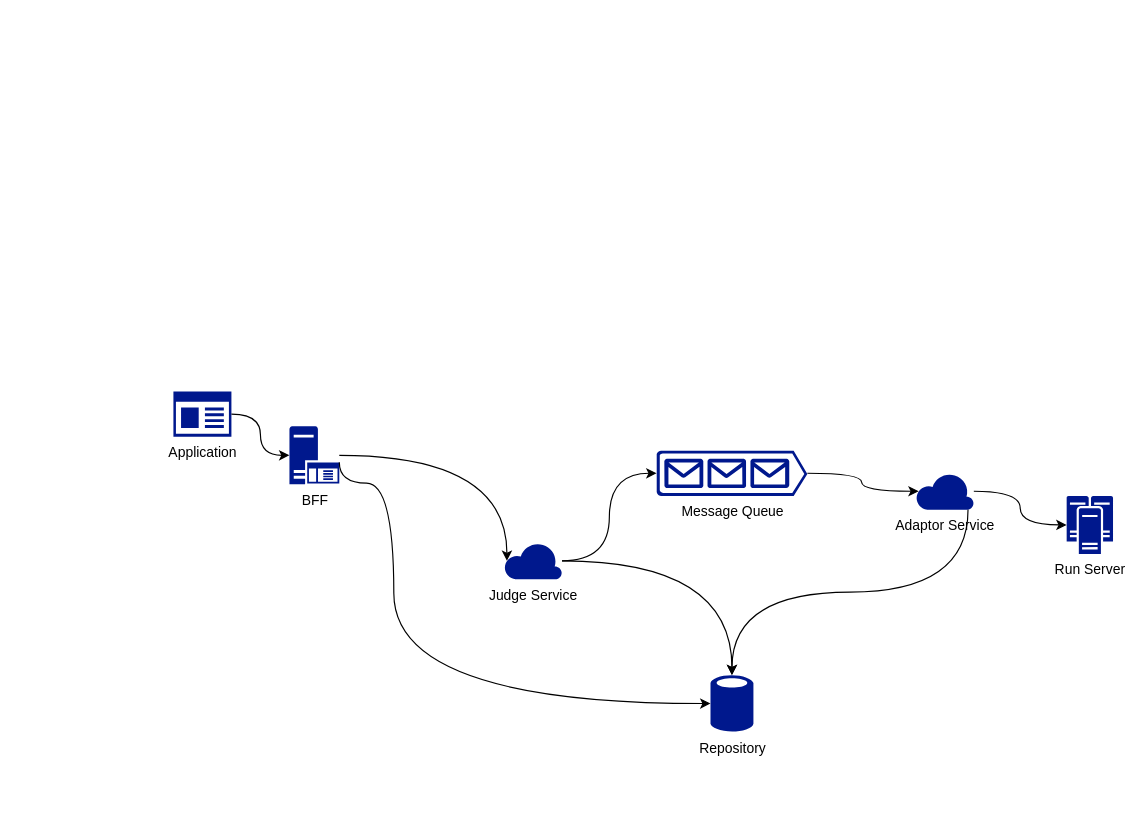
Earlier version of the draw.io diagram map/oj-architecture.drawio (msqtt/Sources). Source tidied: cells renumbered, new cells numbered last; positions are measured from the earlier drawing's top-left corner, leaving out a move shared by most shapes. Both pictures are drawn from the tidied source at 116%, with x=0, y=0 at pixel (173, 391).
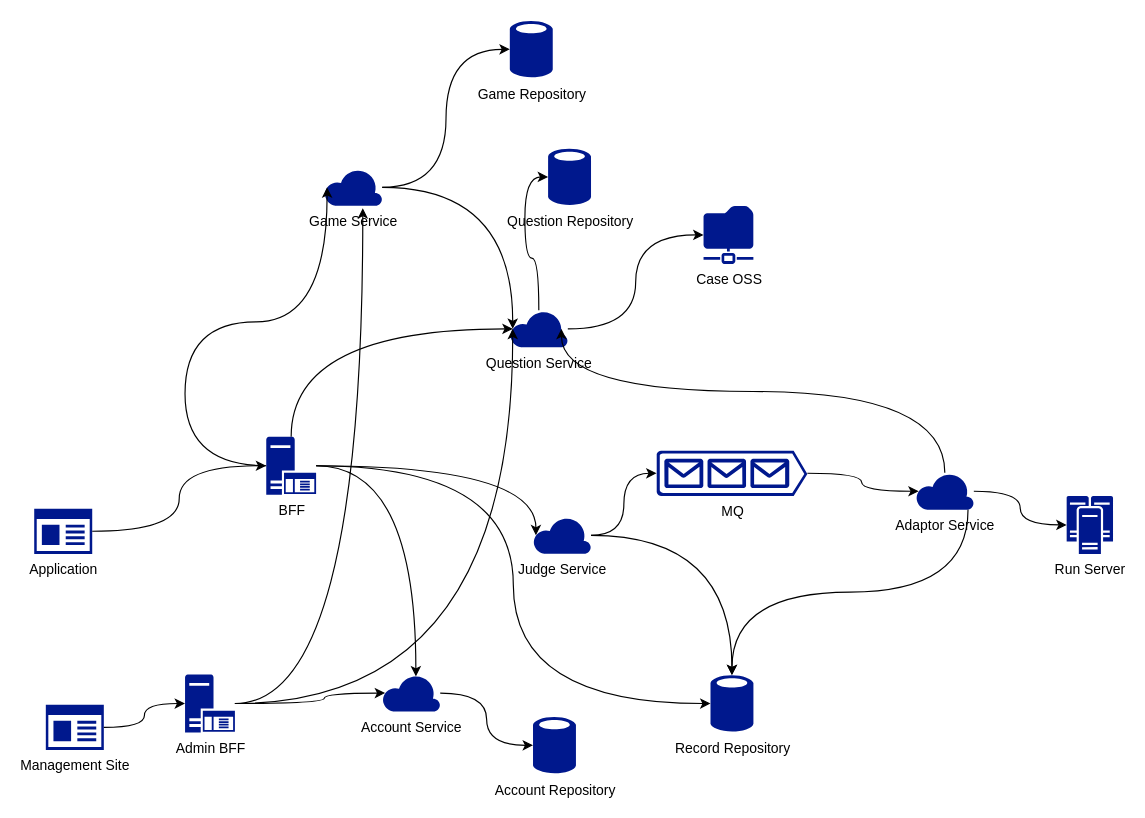
Above is the later version.

The change refers to these unchanged cells:
```xml
<mxCell id="5" value="Adaptor Service" style="sketch=0;shadow=0;dashed=0;html=1;strokeColor=none;labelPosition=center;verticalLabelPosition=bottom;verticalAlign=top;align=center;fillColor=#00188D;shape=mxgraph.azure.cloud;" parent="1" vertex="1">
  <mxGeometry x="640" y="70" width="50" height="32" as="geometry" />
</mxCell>
```

What changed in the source:
```diff
@@
     <mxCell id="2" value="Application" style="sketch=0;shadow=0;dashed=0;html=1;strokeColor=none;labelPosition=center;verticalLabelPosition=bottom;verticalAlign=top;align=center;fillColor=#00188D;shape=mxgraph.mscae.enterprise.app_generic;" parent="1" vertex="1">
-      <mxGeometry width="50" height="39" as="geometry" />
+      <mxGeometry x="-120" y="101" width="50" height="39" as="geometry" />
     </mxCell>
     <mxCell id="3" value="BFF" style="sketch=0;shadow=0;dashed=0;html=1;strokeColor=none;labelPosition=center;verticalLabelPosition=bottom;verticalAlign=top;align=center;fillColor=#00188D;shape=mxgraph.mscae.enterprise.application_server;" parent="1" vertex="1">
-      <mxGeometry x="100" y="30" width="43" height="50" as="geometry" />
+      <mxGeometry x="80" y="39" width="43" height="50" as="geometry" />
     </mxCell>
     <mxCell id="4" value="Judge Service" style="sketch=0;shadow=0;dashed=0;html=1;strokeColor=none;labelPosition=center;verticalLabelPosition=bottom;verticalAlign=top;align=center;fillColor=#00188D;shape=mxgraph.azure.cloud;" parent="1" vertex="1">
-      <mxGeometry x="285" y="130" width="50" height="32" as="geometry" />
+      <mxGeometry x="310" y="108" width="50" height="32" as="geometry" />
     </mxCell>
@@
-    <mxCell id="9" value="Message Queue" style="sketch=0;shadow=0;dashed=0;html=1;strokeColor=none;labelPosition=center;verticalLabelPosition=bottom;verticalAlign=top;align=center;fillColor=#00188D;shape=mxgraph.azure.queue_generic;" parent="1" vertex="1">
+    <mxCell id="9" value="MQ" style="sketch=0;shadow=0;dashed=0;html=1;strokeColor=none;labelPosition=center;verticalLabelPosition=bottom;verticalAlign=top;align=center;fillColor=#00188D;shape=mxgraph.azure.queue_generic;" parent="1" vertex="1">
       <mxGeometry x="416.5" y="51" width="130" height="39" as="geometry" />
     </mxCell>
-    <mxCell id="10" style="edgeStyle=orthogonalEdgeStyle;rounded=0;jettySize=auto;html=1;entryX=0.05;entryY=0.5;entryDx=0;entryDy=0;entryPerimeter=0;curved=1;" parent="1" edge="1" source="3" target="4">
-      <mxGeometry relative="1" as="geometry" />
-    </mxCell>
@@
-    <mxCell id="14" value="Repository" style="sketch=0;shadow=0;dashed=0;html=1;strokeColor=none;labelPosition=center;verticalLabelPosition=bottom;verticalAlign=top;align=center;fillColor=#00188D;shape=mxgraph.mscae.enterprise.database_generic;" parent="1" vertex="1">
+    <mxCell id="14" value="Record Repository" style="sketch=0;shadow=0;dashed=0;html=1;strokeColor=none;labelPosition=center;verticalLabelPosition=bottom;verticalAlign=top;align=center;fillColor=#00188D;shape=mxgraph.mscae.enterprise.database_generic;" parent="1" vertex="1">
       <mxGeometry x="463" y="244" width="37" height="50" as="geometry" />
     </mxCell>
@@
+    <mxCell id="17" value="Case OSS" style="sketch=0;shadow=0;dashed=0;html=1;strokeColor=none;labelPosition=center;verticalLabelPosition=bottom;verticalAlign=top;align=center;fillColor=#00188D;shape=mxgraph.mscae.enterprise.shared_folder;" parent="1" vertex="1">
+      <mxGeometry x="457" y="-160" width="43" height="50" as="geometry" />
+    </mxCell>
+    <mxCell id="18" value="Question Service" style="sketch=0;shadow=0;dashed=0;html=1;strokeColor=none;labelPosition=center;verticalLabelPosition=bottom;verticalAlign=top;align=center;fillColor=#00188D;shape=mxgraph.azure.cloud;" parent="1" vertex="1">
+      <mxGeometry x="290" y="-70" width="50" height="32" as="geometry" />
+    </mxCell>
+    <mxCell id="19" style="edgeStyle=orthogonalEdgeStyle;rounded=0;jettySize=auto;html=1;entryX=0;entryY=0.5;entryDx=0;entryDy=0;entryPerimeter=0;curved=1;" parent="1" edge="1" source="18" target="17">
+      <mxGeometry relative="1" as="geometry" />
+    </mxCell>
+    <mxCell id="10" style="edgeStyle=orthogonalEdgeStyle;rounded=0;jettySize=auto;html=1;entryX=0.05;entryY=0.5;entryDx=0;entryDy=0;entryPerimeter=0;curved=1;" parent="1" edge="1" source="3" target="4">
+      <mxGeometry relative="1" as="geometry" />
+    </mxCell>
-    <mxCell id="16" style="edgeStyle=orthogonalEdgeStyle;rounded=0;jettySize=auto;html=1;entryX=0;entryY=0.5;entryDx=0;entryDy=0;entryPerimeter=0;curved=1;exitX=1;exitY=0.62;exitDx=0;exitDy=0;exitPerimeter=0;" parent="1" edge="1" source="3" target="14">
-      <mxGeometry relative="1" as="geometry">
-        <Array as="points">
-          <mxPoint x="143" y="79" />
-          <mxPoint x="190" y="79" />
-          <mxPoint x="190" y="269" />
-        </Array>
-      </mxGeometry>
+    <mxCell id="16" style="edgeStyle=orthogonalEdgeStyle;rounded=0;jettySize=auto;html=1;entryX=0;entryY=0.5;entryDx=0;entryDy=0;entryPerimeter=0;curved=1;" parent="1" edge="1" source="3" target="14">
+      <mxGeometry relative="1" as="geometry" />
     </mxCell>
+    <mxCell id="20" value="Question Repository" style="sketch=0;shadow=0;dashed=0;html=1;strokeColor=none;labelPosition=center;verticalLabelPosition=bottom;verticalAlign=top;align=center;fillColor=#00188D;shape=mxgraph.mscae.enterprise.database_generic;" parent="1" vertex="1">
+      <mxGeometry x="323" y="-210" width="37" height="50" as="geometry" />
+    </mxCell>
+    <mxCell id="21" style="edgeStyle=orthogonalEdgeStyle;rounded=0;jettySize=auto;html=1;entryX=0;entryY=0.5;entryDx=0;entryDy=0;entryPerimeter=0;curved=1;" parent="1" edge="1" source="18" target="20">
+      <mxGeometry relative="1" as="geometry" />
+    </mxCell>
+    <mxCell id="22" style="edgeStyle=orthogonalEdgeStyle;rounded=0;jettySize=auto;html=1;entryX=0.05;entryY=0.5;entryDx=0;entryDy=0;entryPerimeter=0;curved=1;" parent="1" edge="1" source="3" target="18">
+      <mxGeometry relative="1" as="geometry">
+        <Array as="points">
+          <mxPoint x="102" y="-54" />
+        </Array>
+      </mxGeometry>
+    </mxCell>
+    <mxCell id="23" style="edgeStyle=orthogonalEdgeStyle;rounded=0;jettySize=auto;html=1;entryX=0.89;entryY=0.5;entryDx=0;entryDy=0;entryPerimeter=0;curved=1;" parent="1" edge="1" source="5" target="18">
+      <mxGeometry relative="1" as="geometry">
+        <Array as="points">
+          <mxPoint x="665" />
+          <mxPoint x="334" />
+        </Array>
+      </mxGeometry>
+    </mxCell>
+    <mxCell id="24" value="Account Service" style="sketch=0;shadow=0;dashed=0;html=1;strokeColor=none;labelPosition=center;verticalLabelPosition=bottom;verticalAlign=top;align=center;fillColor=#00188D;shape=mxgraph.azure.cloud;" parent="1" vertex="1">
+      <mxGeometry x="180" y="244" width="50" height="32" as="geometry" />
+    </mxCell>
+    <mxCell id="25" value="Account Repository" style="sketch=0;shadow=0;dashed=0;html=1;strokeColor=none;labelPosition=center;verticalLabelPosition=bottom;verticalAlign=top;align=center;fillColor=#00188D;shape=mxgraph.mscae.enterprise.database_generic;" parent="1" vertex="1">
+      <mxGeometry x="310" y="280" width="37" height="50" as="geometry" />
+    </mxCell>
+    <mxCell id="26" style="edgeStyle=orthogonalEdgeStyle;rounded=0;jettySize=auto;html=1;entryX=0;entryY=0.5;entryDx=0;entryDy=0;entryPerimeter=0;curved=1;" parent="1" edge="1" source="24" target="25">
+      <mxGeometry relative="1" as="geometry" />
+    </mxCell>
+    <mxCell id="27" style="edgeStyle=orthogonalEdgeStyle;rounded=0;jettySize=auto;html=1;entryX=0.58;entryY=0.05;entryDx=0;entryDy=0;entryPerimeter=0;curved=1;" parent="1" edge="1" source="3" target="24">
+      <mxGeometry relative="1" as="geometry" />
+    </mxCell>
+    <mxCell id="28" value="Game Service" style="sketch=0;shadow=0;dashed=0;html=1;strokeColor=none;labelPosition=center;verticalLabelPosition=bottom;verticalAlign=top;align=center;fillColor=#00188D;shape=mxgraph.azure.cloud;" parent="1" vertex="1">
+      <mxGeometry x="130" y="-192" width="50" height="32" as="geometry" />
+    </mxCell>
+    <mxCell id="29" value="Game Repository" style="sketch=0;shadow=0;dashed=0;html=1;strokeColor=none;labelPosition=center;verticalLabelPosition=bottom;verticalAlign=top;align=center;fillColor=#00188D;shape=mxgraph.mscae.enterprise.database_generic;" parent="1" vertex="1">
+      <mxGeometry x="290" y="-320" width="37" height="50" as="geometry" />
+    </mxCell>
+    <mxCell id="30" style="edgeStyle=orthogonalEdgeStyle;rounded=0;jettySize=auto;html=1;entryX=0;entryY=0.5;entryDx=0;entryDy=0;entryPerimeter=0;curved=1;" parent="1" edge="1" source="28" target="29">
+      <mxGeometry relative="1" as="geometry" />
+    </mxCell>
+    <mxCell id="31" style="edgeStyle=orthogonalEdgeStyle;rounded=0;jettySize=auto;html=1;entryX=0.05;entryY=0.5;entryDx=0;entryDy=0;entryPerimeter=0;curved=1;" parent="1" edge="1" source="28" target="18">
+      <mxGeometry relative="1" as="geometry" />
+    </mxCell>
+    <mxCell id="32" style="edgeStyle=orthogonalEdgeStyle;rounded=0;jettySize=auto;html=1;entryX=0.05;entryY=0.5;entryDx=0;entryDy=0;entryPerimeter=0;curved=1;" parent="1" edge="1" source="3" target="28">
+      <mxGeometry relative="1" as="geometry">
+        <Array as="points">
+          <mxPoint x="10" y="64" />
+          <mxPoint x="10" y="-60" />
+          <mxPoint x="132" y="-60" />
+        </Array>
+      </mxGeometry>
+    </mxCell>
+    <mxCell id="33" value="Admin BFF" style="sketch=0;shadow=0;dashed=0;html=1;strokeColor=none;labelPosition=center;verticalLabelPosition=bottom;verticalAlign=top;align=center;fillColor=#00188D;shape=mxgraph.mscae.enterprise.application_server;" parent="1" vertex="1">
+      <mxGeometry x="10" y="244" width="43" height="50" as="geometry" />
+    </mxCell>
+    <mxCell id="34" style="edgeStyle=orthogonalEdgeStyle;rounded=0;jettySize=auto;html=1;entryX=0.05;entryY=0.5;entryDx=0;entryDy=0;entryPerimeter=0;curved=1;" parent="1" edge="1" source="33" target="18">
+      <mxGeometry relative="1" as="geometry">
+        <Array as="points">
+          <mxPoint x="292" y="269" />
+        </Array>
+      </mxGeometry>
+    </mxCell>
+    <mxCell id="35" style="edgeStyle=orthogonalEdgeStyle;rounded=0;jettySize=auto;html=1;entryX=0.665;entryY=1.062;entryDx=0;entryDy=0;entryPerimeter=0;curved=1;" parent="1" edge="1" source="33" target="28">
+      <mxGeometry relative="1" as="geometry" />
+    </mxCell>
+    <mxCell id="36" style="edgeStyle=orthogonalEdgeStyle;rounded=0;jettySize=auto;html=1;entryX=0.05;entryY=0.5;entryDx=0;entryDy=0;entryPerimeter=0;curved=1;" parent="1" edge="1" source="33" target="24">
+      <mxGeometry relative="1" as="geometry">
+        <Array as="points">
+          <mxPoint x="130" y="269" />
+          <mxPoint x="130" y="260" />
+        </Array>
+      </mxGeometry>
+    </mxCell>
+    <mxCell id="37" value="Management Site" style="sketch=0;shadow=0;dashed=0;html=1;strokeColor=none;labelPosition=center;verticalLabelPosition=bottom;verticalAlign=top;align=center;fillColor=#00188D;shape=mxgraph.mscae.enterprise.app_generic;" parent="1" vertex="1">
+      <mxGeometry x="-110" y="270" width="50" height="39" as="geometry" />
+    </mxCell>
+    <mxCell id="38" style="edgeStyle=orthogonalEdgeStyle;rounded=0;jettySize=auto;html=1;entryX=0;entryY=0.5;entryDx=0;entryDy=0;entryPerimeter=0;curved=1;" parent="1" edge="1" source="37" target="33">
+      <mxGeometry relative="1" as="geometry" />
+    </mxCell>
```
